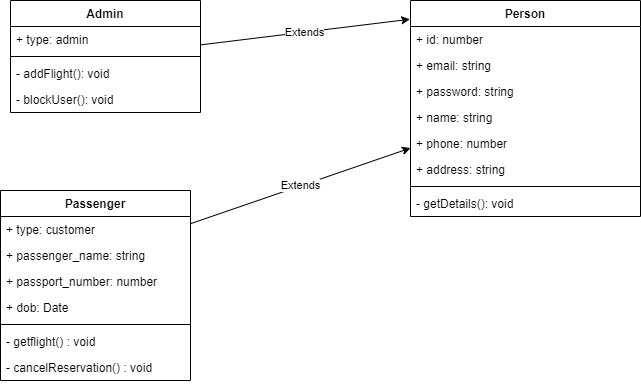
Earlier version of the draw.io export Java Core 11/AirlineReservationSystem.drawio.drawio.png (Ayu-Github07/Assignments). Source tidied: cells renumbered, new cells last; positions are measured from the earlier drawing's top-left corner, leaving out a move shared by most shapes.
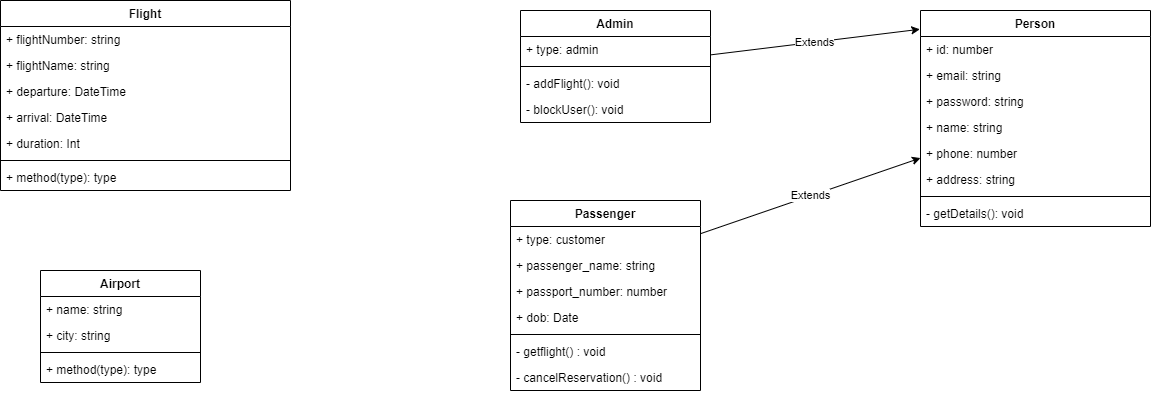
The same diagram one commit later.

Change to the diagram source:
```diff
@@ -74,5 +74,44 @@
     <mxCell id="25" value="Extends" style="endArrow=classic;html=1;rounded=0;exitX=1.002;exitY=0.174;exitDx=0;exitDy=0;exitPerimeter=0;" parent="1" edge="1" source="17" target="2">
       <mxGeometry relative="1" as="geometry" />
     </mxCell>
+    <mxCell id="26" value="Flight" style="swimlane;fontStyle=1;align=center;verticalAlign=top;horizontal=1;startSize=26;" parent="1" vertex="1">
+      <mxGeometry x="-510" y="-10" width="290" height="190" as="geometry" />
+    </mxCell>
+    <mxCell id="27" value="+ flightNumber: string" style="text;strokeColor=none;fillColor=none;align=left;verticalAlign=top;spacingLeft=4;spacingRight=4;overflow=hidden;" parent="26" vertex="1">
+      <mxGeometry y="26" width="290" height="26" as="geometry" />
+    </mxCell>
+    <mxCell id="28" value="+ flightName: string" style="text;strokeColor=none;fillColor=none;align=left;verticalAlign=top;spacingLeft=4;spacingRight=4;overflow=hidden;" parent="26" vertex="1">
+      <mxGeometry y="52" width="290" height="26" as="geometry" />
+    </mxCell>
+    <mxCell id="29" value="+ departure: DateTime" style="text;strokeColor=none;fillColor=none;align=left;verticalAlign=top;spacingLeft=4;spacingRight=4;overflow=hidden;" parent="26" vertex="1">
+      <mxGeometry y="78" width="290" height="26" as="geometry" />
+    </mxCell>
+    <mxCell id="30" value="+ arrival: DateTime" style="text;strokeColor=none;fillColor=none;align=left;verticalAlign=top;spacingLeft=4;spacingRight=4;overflow=hidden;" parent="26" vertex="1">
+      <mxGeometry y="104" width="290" height="26" as="geometry" />
+    </mxCell>
+    <mxCell id="31" value="+ duration: Int" style="text;strokeColor=none;fillColor=none;align=left;verticalAlign=top;spacingLeft=4;spacingRight=4;overflow=hidden;" parent="26" vertex="1">
+      <mxGeometry y="130" width="290" height="26" as="geometry" />
+    </mxCell>
+    <mxCell id="32" style="line;strokeWidth=1;fillColor=none;align=left;verticalAlign=middle;spacingTop=-1;spacingLeft=3;spacingRight=3;labelPosition=right;" parent="26" vertex="1">
+      <mxGeometry y="156" width="290" height="8" as="geometry" />
+    </mxCell>
+    <mxCell id="33" value="+ method(type): type" style="text;strokeColor=none;fillColor=none;align=left;verticalAlign=top;spacingLeft=4;spacingRight=4;overflow=hidden;" parent="26" vertex="1">
+      <mxGeometry y="164" width="290" height="26" as="geometry" />
+    </mxCell>
+    <mxCell id="34" value="Airport" style="swimlane;fontStyle=1;align=center;verticalAlign=top;horizontal=1;startSize=26;" parent="1" vertex="1">
+      <mxGeometry x="-470" y="260" width="160" height="112" as="geometry" />
+    </mxCell>
+    <mxCell id="35" value="+ name: string" style="text;strokeColor=none;fillColor=none;align=left;verticalAlign=top;spacingLeft=4;spacingRight=4;overflow=hidden;" parent="34" vertex="1">
+      <mxGeometry y="26" width="160" height="26" as="geometry" />
+    </mxCell>
+    <mxCell id="36" value="+ city: string" style="text;strokeColor=none;fillColor=none;align=left;verticalAlign=top;spacingLeft=4;spacingRight=4;overflow=hidden;" parent="34" vertex="1">
+      <mxGeometry y="52" width="160" height="26" as="geometry" />
+    </mxCell>
+    <mxCell id="37" style="line;strokeWidth=1;fillColor=none;align=left;verticalAlign=middle;spacingTop=-1;spacingLeft=3;spacingRight=3;labelPosition=right;" parent="34" vertex="1">
+      <mxGeometry y="78" width="160" height="8" as="geometry" />
+    </mxCell>
+    <mxCell id="38" value="+ method(type): type" style="text;strokeColor=none;fillColor=none;align=left;verticalAlign=top;spacingLeft=4;spacingRight=4;overflow=hidden;" parent="34" vertex="1">
+      <mxGeometry y="86" width="160" height="26" as="geometry" />
+    </mxCell>
   </root>
 </mxGraphModel>
```
